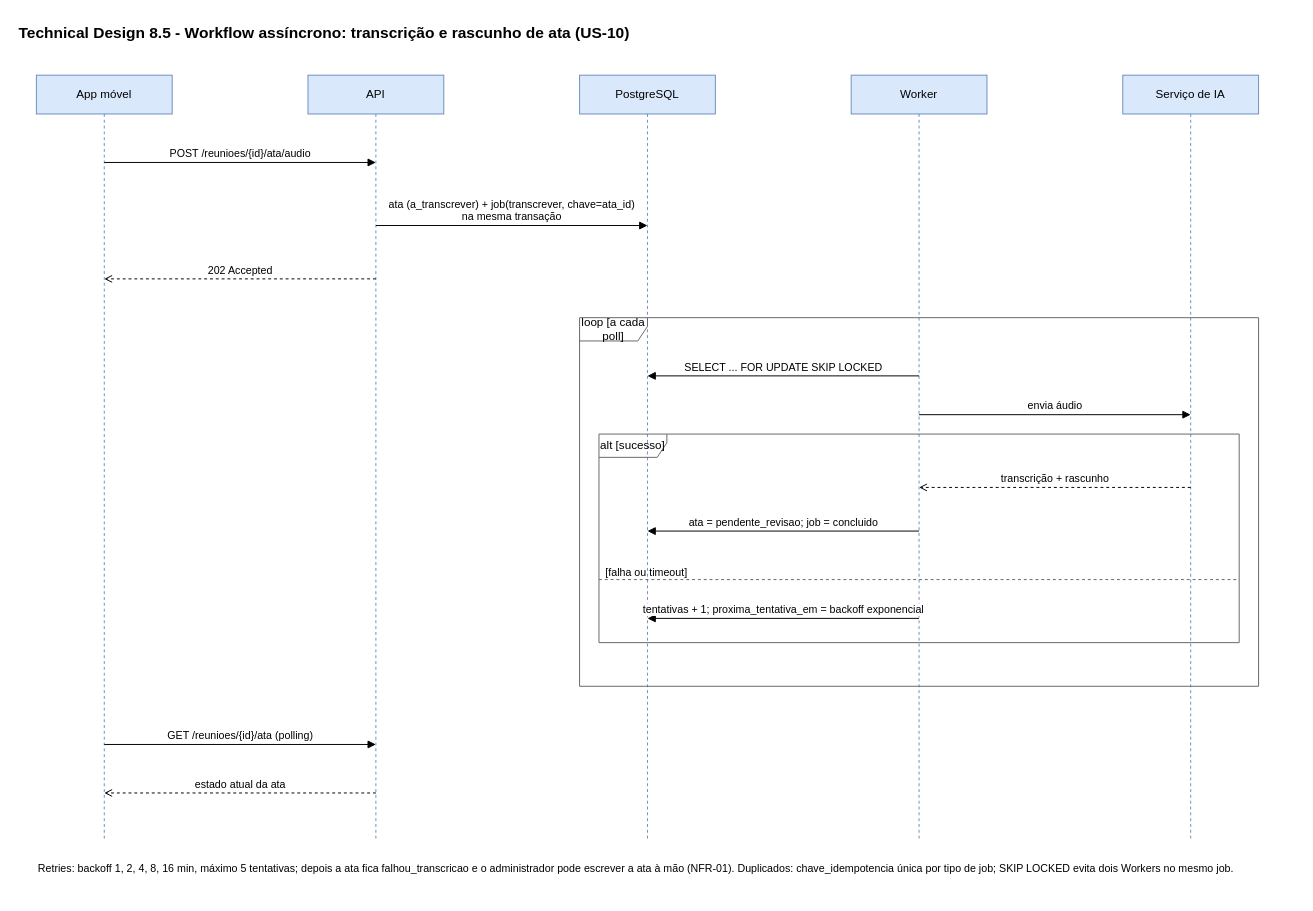
Above: page "4. Workflow assincrono - transcricao da ata" (4 of 5) of docs/sprintA/technical-design.drawio in LMNSdev/LABDSOF_DOMUSCAST (draw.io), before the change. Source tidied: cells renumbered, new cells numbered last; positions are measured from the earlier drawing's top-left corner, leaving out a move shared by most shapes. Both pictures are drawn from the tidied source at 97%, with x=0, y=0 at pixel (16, 16).
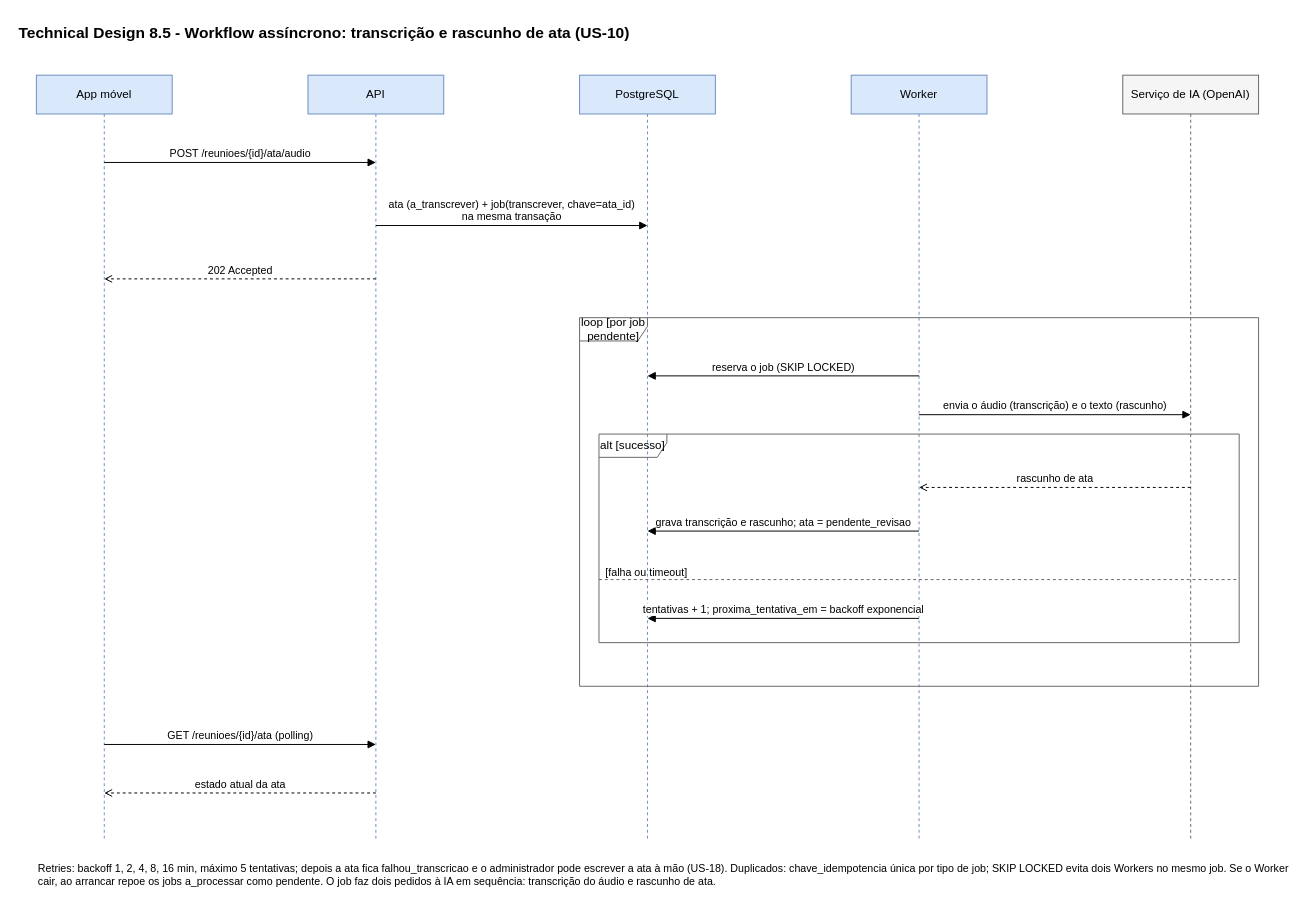
Above is the later version.

The edit, as a diff of the source:
```diff
@@
-    <mxCell id="7" value="Serviço de IA" style="shape=umlLifeline;perimeter=lifelinePerimeter;whiteSpace=wrap;html=1;fillColor=#dae8fc;strokeColor=#6c8ebf;" parent="1" vertex="1">
+    <mxCell id="7" value="Serviço de IA (OpenAI)" style="shape=umlLifeline;perimeter=lifelinePerimeter;whiteSpace=wrap;html=1;fillColor=#f5f5f5;strokeColor=#666666;" parent="1" vertex="1">
       <mxGeometry x="1140" y="60" width="140" height="790" as="geometry" />
     </mxCell>
-    <mxCell id="8" value="loop  [a cada poll]" style="shape=umlFrame;whiteSpace=wrap;html=1;fillColor=none;strokeColor=#666666;width=70;height=24;" parent="1" vertex="1">
+    <mxCell id="8" value="loop  [por job pendente]" style="shape=umlFrame;whiteSpace=wrap;html=1;fillColor=none;strokeColor=#666666;width=70;height=24;" parent="1" vertex="1">
       <mxGeometry x="580" y="310" width="700" height="380" as="geometry" />
     </mxCell>
@@
-    <mxCell id="11" value="Retries: backoff 1, 2, 4, 8, 16 min, máximo 5 tentativas; depois a ata fica falhou_transcricao e o administrador pode escrever a ata à mão (NFR-01). Duplicados: chave_idempotencia única por tipo de job; SKIP LOCKED evita dois Workers no mesmo job." style="text;html=1;align=left;verticalAlign=top;whiteSpace=wrap;fontSize=11;" parent="1" vertex="1">
+    <mxCell id="11" value="Retries: backoff 1, 2, 4, 8, 16 min, máximo 5 tentativas; depois a ata fica falhou_transcricao e o administrador pode escrever a ata à mão (US-18). Duplicados: chave_idempotencia única por tipo de job; SKIP LOCKED evita dois Workers no mesmo job. Se o Worker cair, ao arrancar repoe os jobs a_processar como pendente. O job faz dois pedidos à IA em sequência: transcrição do áudio e rascunho de ata." style="text;html=1;align=left;verticalAlign=top;whiteSpace=wrap;fontSize=11;" parent="1" vertex="1">
       <mxGeometry x="20" y="865" width="1300" height="40" as="geometry" />
     </mxCell>
@@
-    <mxCell id="15" value="SELECT ... FOR UPDATE SKIP LOCKED" style="html=1;rounded=0;endArrow=block;endFill=1;labelBackgroundColor=#ffffff;fontSize=11;verticalAlign=bottom;" parent="1" edge="1">
+    <mxCell id="15" value="reserva o job (SKIP LOCKED)" style="html=1;rounded=0;endArrow=block;endFill=1;labelBackgroundColor=#ffffff;fontSize=11;verticalAlign=bottom;" parent="1" edge="1">
       <mxGeometry relative="1" as="geometry">
         <mxPoint x="930" y="370" as="sourcePoint" />
         <mxPoint x="650" y="370" as="targetPoint" />
       </mxGeometry>
     </mxCell>
-    <mxCell id="16" value="envia áudio" style="html=1;rounded=0;endArrow=block;endFill=1;labelBackgroundColor=#ffffff;fontSize=11;verticalAlign=bottom;" parent="1" edge="1">
+    <mxCell id="16" value="envia o áudio (transcrição) e o texto (rascunho)" style="html=1;rounded=0;endArrow=block;endFill=1;labelBackgroundColor=#ffffff;fontSize=11;verticalAlign=bottom;" parent="1" edge="1">
       <mxGeometry relative="1" as="geometry">
         <mxPoint x="930" y="410" as="sourcePoint" />
         <mxPoint x="1210" y="410" as="targetPoint" />
       </mxGeometry>
     </mxCell>
-    <mxCell id="17" value="transcrição + rascunho" style="html=1;rounded=0;endArrow=open;endFill=0;dashed=1;labelBackgroundColor=#ffffff;fontSize=11;verticalAlign=bottom;" parent="1" edge="1">
+    <mxCell id="17" value="rascunho de ata" style="html=1;rounded=0;endArrow=open;endFill=0;dashed=1;labelBackgroundColor=#ffffff;fontSize=11;verticalAlign=bottom;" parent="1" edge="1">
       <mxGeometry relative="1" as="geometry">
         <mxPoint x="1210" y="485" as="sourcePoint" />
         <mxPoint x="930" y="485" as="targetPoint" />
       </mxGeometry>
     </mxCell>
-    <mxCell id="18" value="ata = pendente_revisao; job = concluido" style="html=1;rounded=0;endArrow=block;endFill=1;labelBackgroundColor=#ffffff;fontSize=11;verticalAlign=bottom;" parent="1" edge="1">
+    <mxCell id="18" value="grava transcrição e rascunho; ata = pendente_revisao" style="html=1;rounded=0;endArrow=block;endFill=1;labelBackgroundColor=#ffffff;fontSize=11;verticalAlign=bottom;" parent="1" edge="1">
       <mxGeometry relative="1" as="geometry">
         <mxPoint x="930" y="530" as="sourcePoint" />
         <mxPoint x="650" y="530" as="targetPoint" />
       </mxGeometry>
     </mxCell>
```
